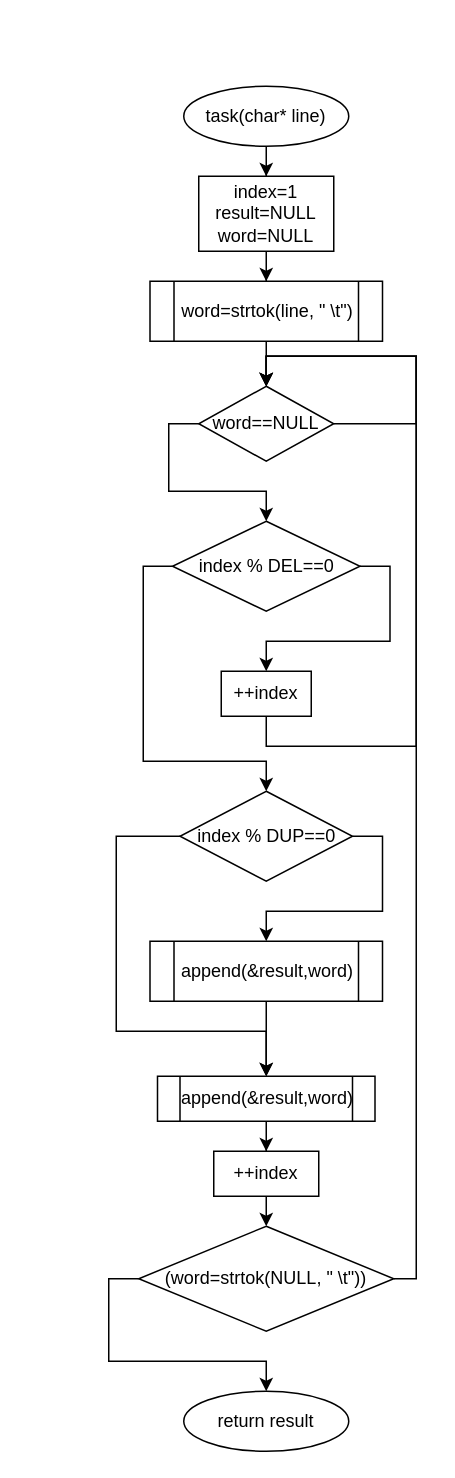
Alvald1/draw.io keeps this draw.io diagram as page "task" (3 of 8) of lab4.drawio. Above is the earlier version. Source tidied: cells renumbered, new cells numbered last; positions are measured from the earlier drawing's top-left corner, leaving out a move shared by most shapes. Both pictures are drawn from the tidied source at 150%, with x=0, y=0 at pixel (116, 86).
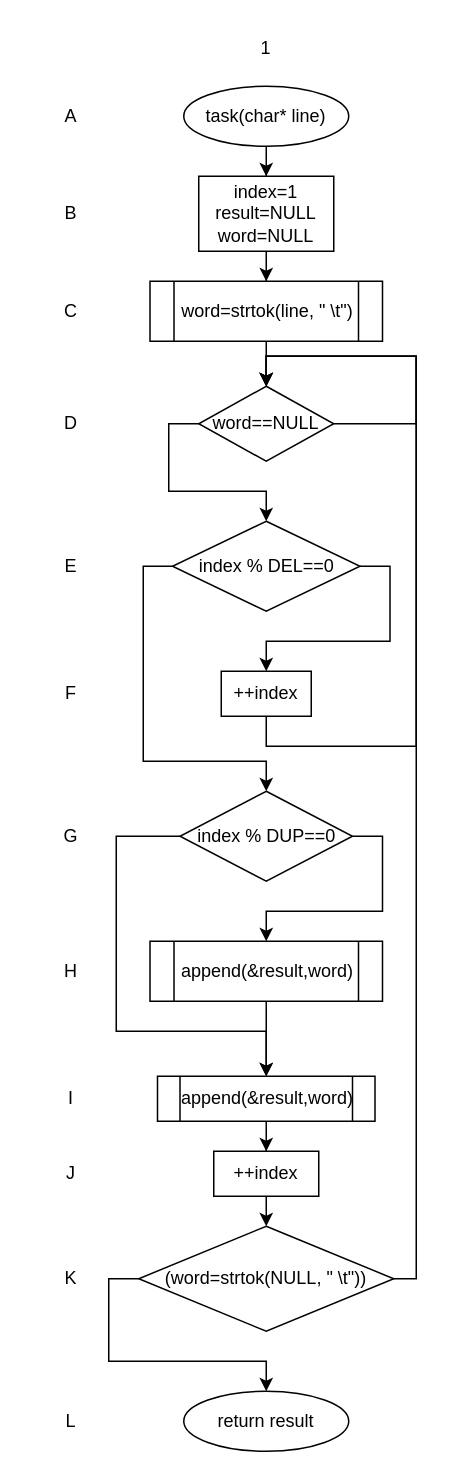
The same page after the edit.

The edit, as a diff of the source:
```diff
@@
+    <mxCell id="29" value="1" style="text;html=1;strokeColor=none;fillColor=none;align=center;verticalAlign=middle;whiteSpace=wrap;rounded=0;" parent="1" vertex="1">
+      <mxGeometry x="70" y="-40" width="60" height="30" as="geometry" />
+    </mxCell>
+    <mxCell id="30" value="A" style="text;html=1;strokeColor=none;fillColor=none;align=center;verticalAlign=middle;whiteSpace=wrap;rounded=0;" parent="1" vertex="1">
+      <mxGeometry x="-60" y="5" width="60" height="30" as="geometry" />
+    </mxCell>
+    <mxCell id="31" value="B" style="text;html=1;strokeColor=none;fillColor=none;align=center;verticalAlign=middle;whiteSpace=wrap;rounded=0;" parent="1" vertex="1">
+      <mxGeometry x="-60" y="70" width="60" height="30" as="geometry" />
+    </mxCell>
+    <mxCell id="32" value="C" style="text;html=1;strokeColor=none;fillColor=none;align=center;verticalAlign=middle;whiteSpace=wrap;rounded=0;" parent="1" vertex="1">
+      <mxGeometry x="-60" y="135" width="60" height="30" as="geometry" />
+    </mxCell>
+    <mxCell id="33" value="D" style="text;html=1;strokeColor=none;fillColor=none;align=center;verticalAlign=middle;whiteSpace=wrap;rounded=0;" parent="1" vertex="1">
+      <mxGeometry x="-60" y="210" width="60" height="30" as="geometry" />
+    </mxCell>
+    <mxCell id="34" value="E" style="text;html=1;strokeColor=none;fillColor=none;align=center;verticalAlign=middle;whiteSpace=wrap;rounded=0;" parent="1" vertex="1">
+      <mxGeometry x="-60" y="305" width="60" height="30" as="geometry" />
+    </mxCell>
+    <mxCell id="35" value="F" style="text;html=1;strokeColor=none;fillColor=none;align=center;verticalAlign=middle;whiteSpace=wrap;rounded=0;" parent="1" vertex="1">
+      <mxGeometry x="-60" y="390" width="60" height="30" as="geometry" />
+    </mxCell>
+    <mxCell id="36" value="G" style="text;html=1;strokeColor=none;fillColor=none;align=center;verticalAlign=middle;whiteSpace=wrap;rounded=0;" parent="1" vertex="1">
+      <mxGeometry x="-60" y="485" width="60" height="30" as="geometry" />
+    </mxCell>
+    <mxCell id="37" value="H" style="text;html=1;strokeColor=none;fillColor=none;align=center;verticalAlign=middle;whiteSpace=wrap;rounded=0;" parent="1" vertex="1">
+      <mxGeometry x="-60" y="575" width="60" height="30" as="geometry" />
+    </mxCell>
+    <mxCell id="38" value="I" style="text;html=1;strokeColor=none;fillColor=none;align=center;verticalAlign=middle;whiteSpace=wrap;rounded=0;" parent="1" vertex="1">
+      <mxGeometry x="-60" y="660" width="60" height="30" as="geometry" />
+    </mxCell>
+    <mxCell id="39" value="J" style="text;html=1;strokeColor=none;fillColor=none;align=center;verticalAlign=middle;whiteSpace=wrap;rounded=0;" parent="1" vertex="1">
+      <mxGeometry x="-60" y="710" width="60" height="30" as="geometry" />
+    </mxCell>
+    <mxCell id="40" value="K" style="text;html=1;strokeColor=none;fillColor=none;align=center;verticalAlign=middle;whiteSpace=wrap;rounded=0;" parent="1" vertex="1">
+      <mxGeometry x="-60" y="780" width="60" height="30" as="geometry" />
+    </mxCell>
+    <mxCell id="41" value="L" style="text;html=1;strokeColor=none;fillColor=none;align=center;verticalAlign=middle;whiteSpace=wrap;rounded=0;" parent="1" vertex="1">
+      <mxGeometry x="-60" y="875" width="60" height="30" as="geometry" />
+    </mxCell>
```
